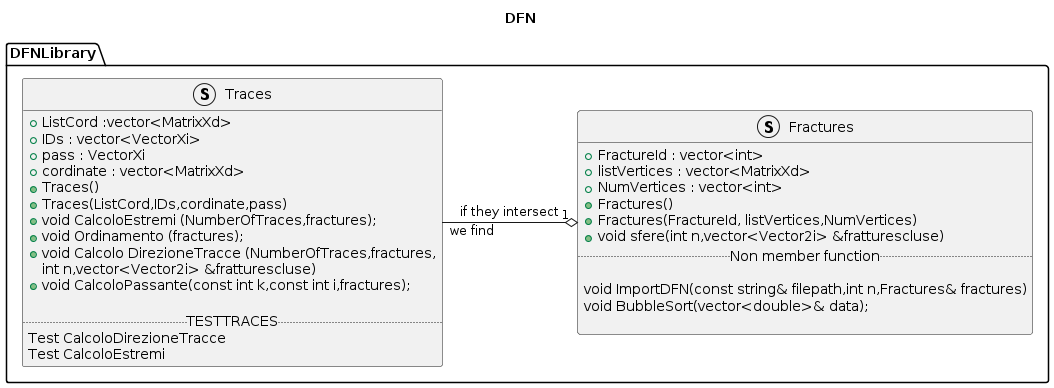
Above: Project/Documentazione/plant_uml.png in DanieleSemeraro/PROGETTO_PCS_2024 (PlantUML), before the change.
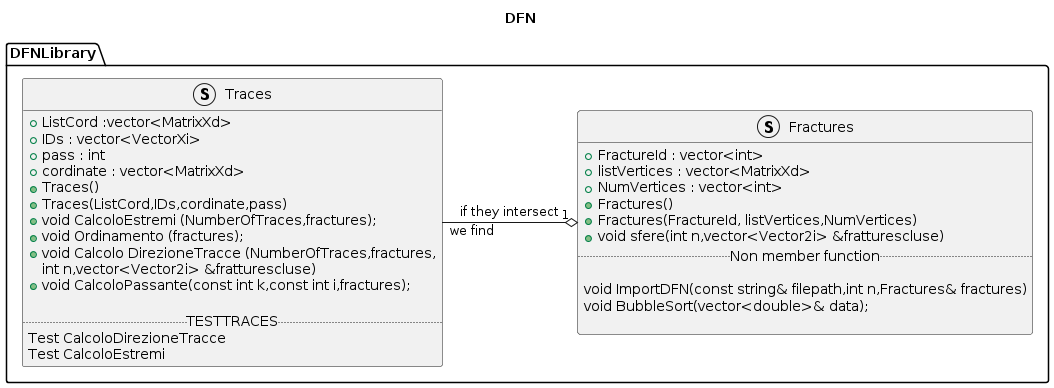
Later version of the same file.

Commit message:
correzione plant uml

What changed in the source:
```diff
@@ -24,7 +24,7 @@
 struct Traces{
 + ListCord :vector<MatrixXd>
 + IDs : vector<VectorXi>
-+pass : VectorXi
++pass : int
 +cordinate : vector<MatrixXd>
 +Traces()
 +Traces(ListCord,IDs,cordinate,pass)
```
